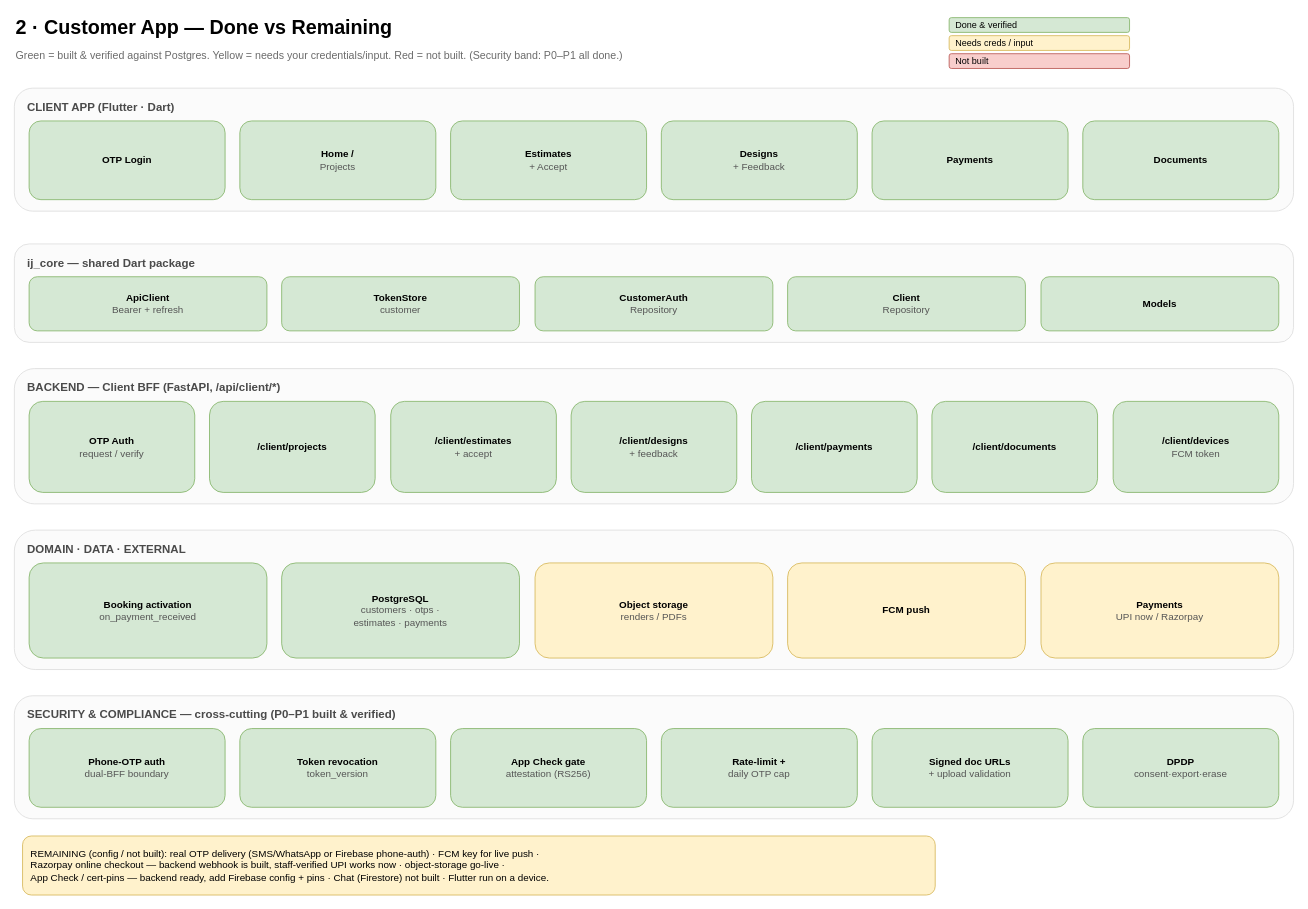
This is docs/mobile-apps/diagrams/2_customer_app_progress.drawio from yogeshpphl01/interio-junction-crm, a draw.io file, before an edit. Source tidied: cells renumbered, new cells numbered last; positions are measured from the earlier drawing's top-left corner, leaving out a move shared by most shapes. Both pictures are drawn from the tidied source at 82%, with x=0, y=0 at pixel (14, 14).
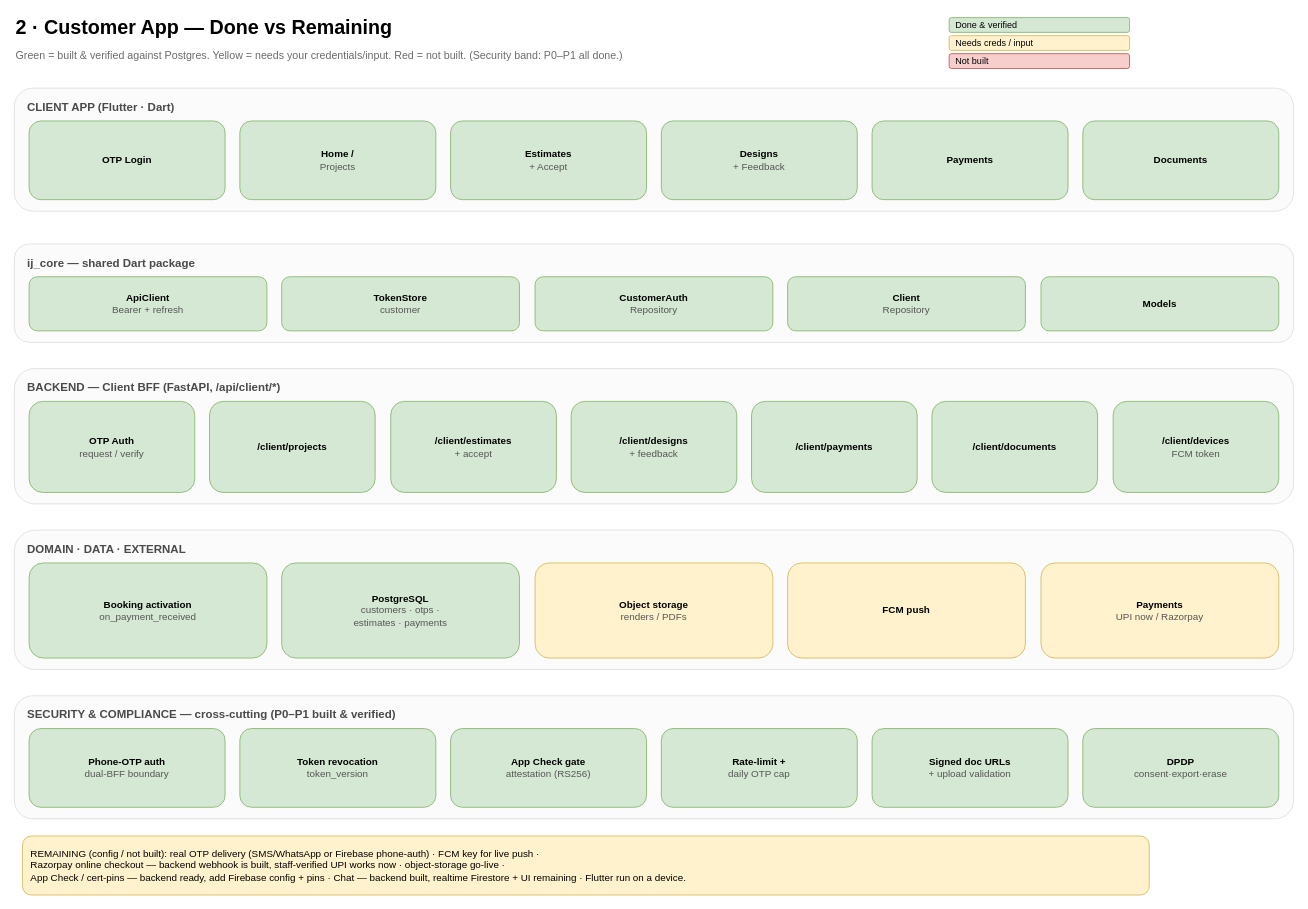
Above is the later version.

Commit message (it also covers changes not shown here):
docs(diagrams): Chat backend now built (progress notes)

The edit, as a diff of the source:
```diff
@@
-    <mxCell id="41" value="REMAINING (config / not built):  real OTP delivery (SMS/WhatsApp or Firebase phone-auth) · FCM key for live push ·&#10;Razorpay online checkout — backend webhook is built, staff-verified UPI works now · object-storage go-live ·&#10;App Check / cert-pins — backend ready, add Firebase config + pins · Chat (Firestore) not built · Flutter run on a device." style="rounded=1;whiteSpace=wrap;html=1;fillColor=#FFF2CC;strokeColor=#D6B656;align=left;spacingLeft=8;fontSize=12;" parent="1" vertex="1">
-      <mxGeometry x="10" y="1002" width="1113" height="72" as="geometry" />
+    <mxCell id="41" value="REMAINING (config / not built):  real OTP delivery (SMS/WhatsApp or Firebase phone-auth) · FCM key for live push ·&#10;Razorpay online checkout — backend webhook is built, staff-verified UPI works now · object-storage go-live ·&#10;App Check / cert-pins — backend ready, add Firebase config + pins · Chat — backend built, realtime Firestore + UI remaining · Flutter run on a device." style="rounded=1;whiteSpace=wrap;html=1;fillColor=#FFF2CC;strokeColor=#D6B656;align=left;spacingLeft=8;fontSize=12;" parent="1" vertex="1">
+      <mxGeometry x="10" y="1002" width="1374" height="72" as="geometry" />
     </mxCell>
```
